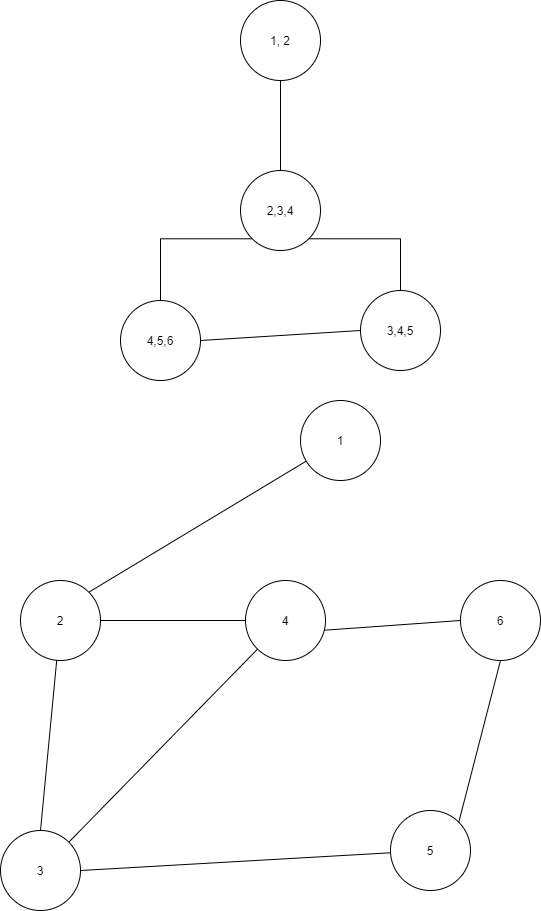
RUKip/Master-thesis keeps this draw.io diagram as images/Graph_coloring_graph_hypergraph.png. Above is the earlier version. Source tidied: cells renumbered, new cells last; positions are measured from the earlier drawing's top-left corner, leaving out a move shared by most shapes. Its diagram source:
```xml
<mxGraphModel>
  <root>
    <mxCell id="0" />
    <mxCell id="1" parent="0" />
    <mxCell id="2" style="rounded=0;jettySize=auto;html=1;exitX=1;exitY=0.5;exitDx=0;exitDy=0;endArrow=none;endFill=0;" parent="1" edge="1" source="4" target="7">
      <mxGeometry relative="1" as="geometry" />
    </mxCell>
    <mxCell id="3" style="edgeStyle=none;rounded=0;jettySize=auto;html=1;exitX=1;exitY=0;exitDx=0;exitDy=0;endArrow=none;endFill=0;" parent="1" edge="1" source="4" target="5">
      <mxGeometry relative="1" as="geometry" />
    </mxCell>
    <mxCell id="4" value="2" style="ellipse;whiteSpace=wrap;html=1;" parent="1" vertex="1">
      <mxGeometry x="20" y="580" width="80" height="80" as="geometry" />
    </mxCell>
    <mxCell id="5" value="1" style="ellipse;whiteSpace=wrap;html=1;" parent="1" vertex="1">
      <mxGeometry x="300" y="400" width="80" height="80" as="geometry" />
    </mxCell>
    <mxCell id="6" style="edgeStyle=none;rounded=0;jettySize=auto;html=1;exitX=0.938;exitY=0.625;exitDx=0;exitDy=0;entryX=0;entryY=0.5;entryDx=0;entryDy=0;endArrow=none;endFill=0;exitPerimeter=0;" parent="1" edge="1" source="7" target="14">
      <mxGeometry relative="1" as="geometry" />
    </mxCell>
    <mxCell id="7" value="4" style="ellipse;whiteSpace=wrap;html=1;" parent="1" vertex="1">
      <mxGeometry x="245" y="580" width="80" height="80" as="geometry" />
    </mxCell>
    <mxCell id="8" style="edgeStyle=none;rounded=0;jettySize=auto;html=1;exitX=0.5;exitY=0;exitDx=0;exitDy=0;endArrow=none;endFill=0;" parent="1" edge="1" source="11" target="4">
      <mxGeometry relative="1" as="geometry" />
    </mxCell>
    <mxCell id="9" style="edgeStyle=none;rounded=0;jettySize=auto;html=1;exitX=1;exitY=0;exitDx=0;exitDy=0;endArrow=none;endFill=0;" parent="1" edge="1" source="11" target="7">
      <mxGeometry relative="1" as="geometry" />
    </mxCell>
    <mxCell id="10" style="edgeStyle=none;rounded=0;jettySize=auto;html=1;exitX=1;exitY=0.5;exitDx=0;exitDy=0;endArrow=none;endFill=0;" parent="1" edge="1" source="11" target="13">
      <mxGeometry relative="1" as="geometry" />
    </mxCell>
    <mxCell id="11" value="3" style="ellipse;whiteSpace=wrap;html=1;" parent="1" vertex="1">
      <mxGeometry y="830" width="80" height="80" as="geometry" />
    </mxCell>
    <mxCell id="12" style="edgeStyle=none;rounded=0;jettySize=auto;html=1;exitX=1;exitY=0;exitDx=0;exitDy=0;entryX=0.5;entryY=1;entryDx=0;entryDy=0;endArrow=none;endFill=0;" parent="1" edge="1" source="13" target="14">
      <mxGeometry relative="1" as="geometry" />
    </mxCell>
    <mxCell id="13" value="5" style="ellipse;whiteSpace=wrap;html=1;" parent="1" vertex="1">
      <mxGeometry x="390" y="810" width="80" height="80" as="geometry" />
    </mxCell>
    <mxCell id="14" value="6" style="ellipse;whiteSpace=wrap;html=1;" parent="1" vertex="1">
      <mxGeometry x="460" y="580" width="80" height="80" as="geometry" />
    </mxCell>
    <mxCell id="15" style="edgeStyle=orthogonalEdgeStyle;rounded=0;jettySize=auto;html=1;exitX=0.5;exitY=1;exitDx=0;exitDy=0;endArrow=none;endFill=0;" parent="1" edge="1" source="16" target="19">
      <mxGeometry relative="1" as="geometry" />
    </mxCell>
    <mxCell id="16" value="1, 2" style="ellipse;whiteSpace=wrap;html=1;" parent="1" vertex="1">
      <mxGeometry x="240" width="80" height="80" as="geometry" />
    </mxCell>
    <mxCell id="17" style="edgeStyle=orthogonalEdgeStyle;rounded=0;jettySize=auto;html=1;exitX=0;exitY=1;exitDx=0;exitDy=0;entryX=0.5;entryY=0;entryDx=0;entryDy=0;endArrow=none;endFill=0;" parent="1" edge="1" source="19" target="21">
      <mxGeometry relative="1" as="geometry">
        <Array as="points">
          <mxPoint x="160" y="238" />
        </Array>
      </mxGeometry>
    </mxCell>
    <mxCell id="18" style="edgeStyle=orthogonalEdgeStyle;rounded=0;jettySize=auto;html=1;exitX=1;exitY=1;exitDx=0;exitDy=0;entryX=0.5;entryY=0;entryDx=0;entryDy=0;endArrow=none;endFill=0;" parent="1" edge="1" source="19" target="22">
      <mxGeometry relative="1" as="geometry" />
    </mxCell>
    <mxCell id="19" value="2,3,4" style="ellipse;whiteSpace=wrap;html=1;" parent="1" vertex="1">
      <mxGeometry x="240" y="170" width="80" height="80" as="geometry" />
    </mxCell>
    <mxCell id="20" style="rounded=0;jettySize=auto;html=1;exitX=1;exitY=0.5;exitDx=0;exitDy=0;entryX=0;entryY=0.5;entryDx=0;entryDy=0;endArrow=none;endFill=0;" parent="1" edge="1" source="21" target="22">
      <mxGeometry relative="1" as="geometry" />
    </mxCell>
    <mxCell id="21" value="4,5,6" style="ellipse;whiteSpace=wrap;html=1;" parent="1" vertex="1">
      <mxGeometry x="120" y="300" width="80" height="80" as="geometry" />
    </mxCell>
    <mxCell id="22" value="3,4,5" style="ellipse;whiteSpace=wrap;html=1;" parent="1" vertex="1">
      <mxGeometry x="360" y="290" width="80" height="80" as="geometry" />
    </mxCell>
  </root>
</mxGraphModel>
```
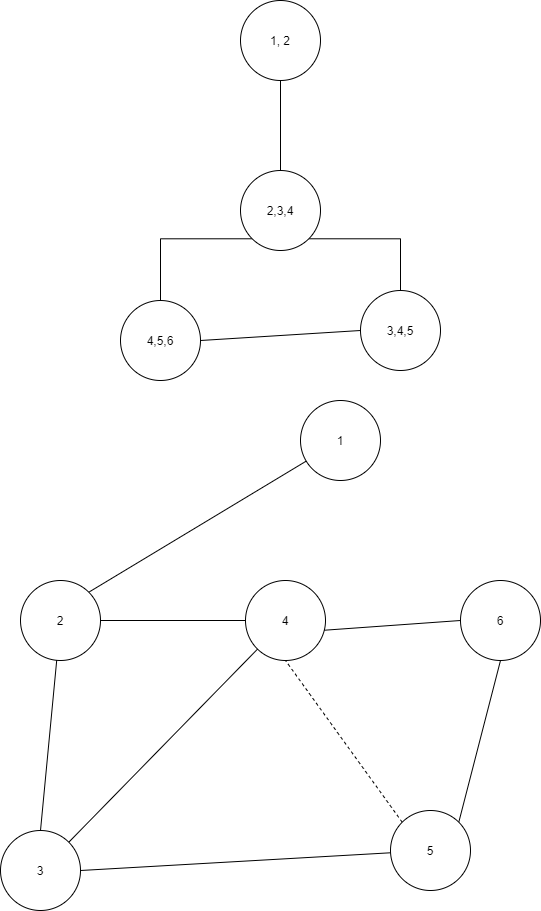
The same diagram one commit later.

Change to the diagram source:
```diff
@@ -35,6 +35,9 @@
     <mxCell id="12" style="edgeStyle=none;rounded=0;jettySize=auto;html=1;exitX=1;exitY=0;exitDx=0;exitDy=0;entryX=0.5;entryY=1;entryDx=0;entryDy=0;endArrow=none;endFill=0;" parent="1" edge="1" source="13" target="14">
       <mxGeometry relative="1" as="geometry" />
     </mxCell>
+    <mxCell id="23" style="rounded=0;jettySize=auto;html=1;exitX=0;exitY=0;exitDx=0;exitDy=0;entryX=0.5;entryY=1;entryDx=0;entryDy=0;dashed=1;endArrow=none;endFill=0;" parent="1" edge="1" source="13" target="7">
+      <mxGeometry relative="1" as="geometry" />
+    </mxCell>
     <mxCell id="13" value="5" style="ellipse;whiteSpace=wrap;html=1;" parent="1" vertex="1">
       <mxGeometry x="390" y="810" width="80" height="80" as="geometry" />
     </mxCell>
```
